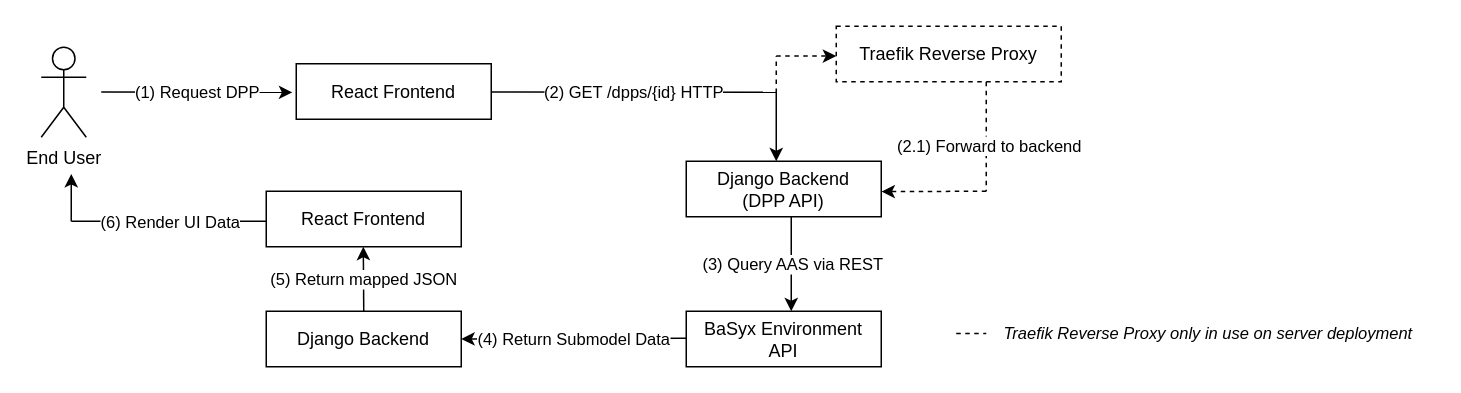
Before: PROJECT/SAS/src/communication-diagram/TINF24F_SAS_Team_6_Communication-Diagram.drawio in DHBW-TINF24F/Team6-BaSyx-DPP-API, a draw.io diagram. Source tidied: cells renumbered, new cells numbered last; positions are measured from the earlier drawing's top-left corner, leaving out a move shared by most shapes. Both pictures are drawn from the tidied source at 150%, with x=0, y=0 at pixel (40, 26).
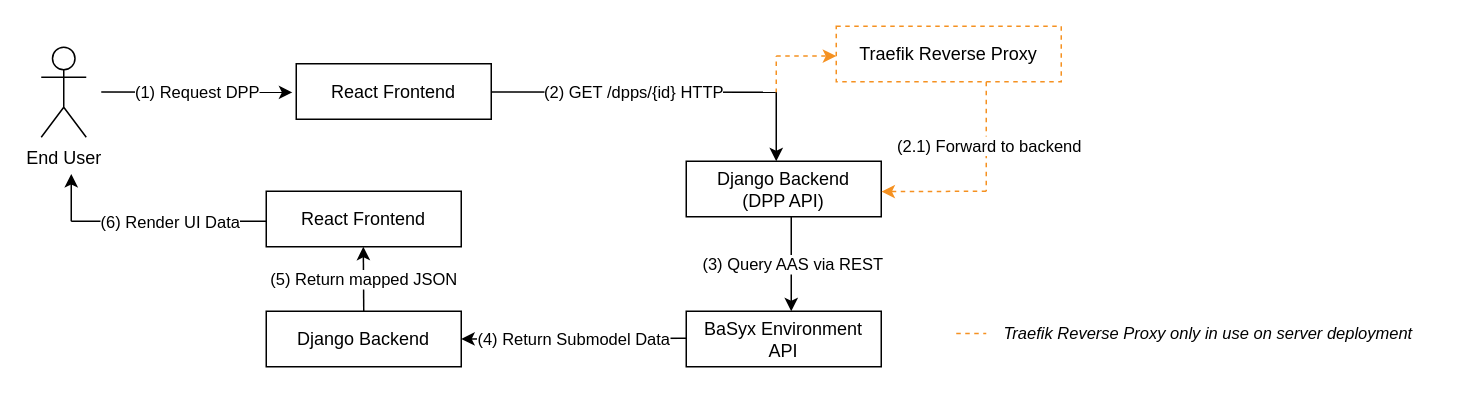
Above is the later version.

Unchanged cells that the change refers to:
```xml
<mxCell id="12" value="Django Backend&lt;div&gt;(DPP API)&lt;/div&gt;" style="rounded=0;whiteSpace=wrap;html=1;" parent="1" vertex="1">
  <mxGeometry x="430" y="90" width="130" height="37" as="geometry" />
</mxCell>
<mxCell id="27" style="group;" parent="1" vertex="1">
  <mxGeometry x="610" y="190" width="320" height="30" as="geometry" />
</mxCell>
```

Change to the diagram source:
```diff
@@
-    <mxCell id="8" style="endArrow=none;dashed=1;html=1;rounded=0;" parent="1" edge="1">
+    <mxCell id="8" style="endArrow=none;dashed=1;html=1;rounded=0;strokeColor=#F59121;" parent="1" edge="1">
       <mxGeometry relative="1" as="geometry">
         <mxPoint x="490" y="44.5" as="sourcePoint" />
         <mxPoint x="490" y="20" as="targetPoint" />
       </mxGeometry>
     </mxCell>
-    <mxCell id="9" style="endArrow=classic;dashed=1;html=1;rounded=0;endFill=1;" parent="1" edge="1">
+    <mxCell id="9" style="endArrow=classic;dashed=1;html=1;rounded=0;endFill=1;strokeColor=#F59121;" parent="1" edge="1">
       <mxGeometry relative="1" as="geometry">
         <mxPoint x="490" y="19.9" as="sourcePoint" />
         <mxPoint x="530" y="19.9" as="targetPoint" />
       </mxGeometry>
     </mxCell>
@@
-    <mxCell id="11" value="Traefik Reverse Proxy" style="rounded=0;whiteSpace=wrap;html=1;dashed=1;" parent="1" vertex="1">
+    <mxCell id="11" value="Traefik Reverse Proxy" style="rounded=0;whiteSpace=wrap;html=1;dashed=1;strokeColor=#F59121;" parent="1" vertex="1">
       <mxGeometry x="530" width="150" height="37" as="geometry" />
     </mxCell>
@@
-    <mxCell id="13" style="endArrow=none;html=1;rounded=0;exitX=0.16;exitY=0.977;exitDx=0;exitDy=0;exitPerimeter=0;dashed=1;endFill=0;" parent="1" edge="1">
+    <mxCell id="13" style="endArrow=none;html=1;rounded=0;exitX=0.16;exitY=0.977;exitDx=0;exitDy=0;exitPerimeter=0;dashed=1;endFill=0;strokeColor=#F59121;" parent="1" edge="1">
       <mxGeometry relative="1" as="geometry">
         <mxPoint x="630" y="37" as="sourcePoint" />
         <mxPoint x="630" y="110" as="targetPoint" />
       </mxGeometry>
     </mxCell>
@@
-    <mxCell id="15" style="endArrow=classic;html=1;rounded=0;dashed=1;endFill=1;entryX=1.001;entryY=0.547;entryDx=0;entryDy=0;entryPerimeter=0;" parent="1" edge="1" target="12">
+    <mxCell id="15" style="endArrow=classic;html=1;rounded=0;dashed=1;endFill=1;entryX=1.001;entryY=0.547;entryDx=0;entryDy=0;entryPerimeter=0;strokeColor=#F59121;" parent="1" edge="1" target="12">
       <mxGeometry relative="1" as="geometry">
         <mxPoint x="630" y="110" as="sourcePoint" />
       </mxGeometry>
     </mxCell>
@@
-    <mxCell id="28" style="endArrow=none;dashed=1;html=1;rounded=0;" parent="27" edge="1">
+    <mxCell id="28" style="endArrow=none;dashed=1;html=1;rounded=0;strokeColor=#F59121;" parent="27" edge="1">
       <mxGeometry relative="1" as="geometry">
         <mxPoint y="14.9" as="sourcePoint" />
         <mxPoint x="20" y="14.9" as="targetPoint" />
       </mxGeometry>
     </mxCell>
```
